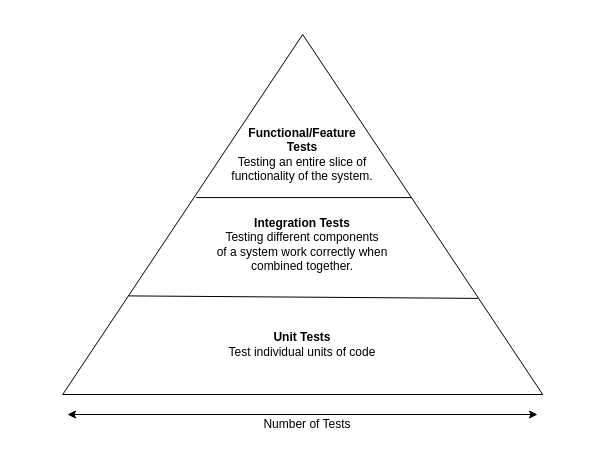
This is testing-pyramid.drawio from jamesridgway/diagrams, a draw.io file, before an edit. Source tidied: cells renumbered, new cells numbered last; positions are measured from the earlier drawing's top-left corner, leaving out a move shared by most shapes. Both pictures are drawn from the tidied source at 100%, with x=0, y=0 at pixel (67, -26).
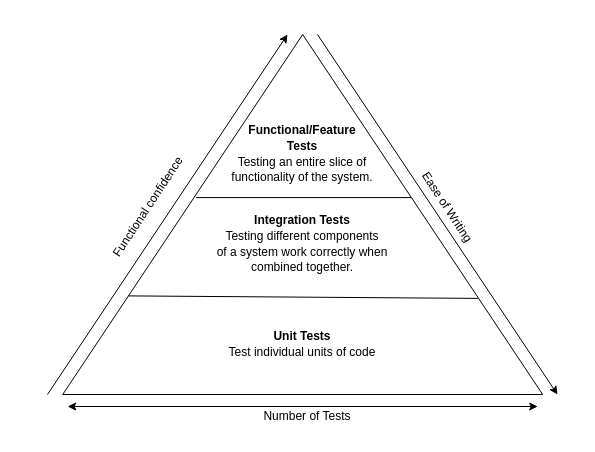
The same diagram, later.

Change to the diagram source:
```diff
@@
 <mxGraphModel>
   <root>
     <mxCell id="0" />
     <mxCell id="1" parent="0" />
     <mxCell id="2" style="triangle;whiteSpace=wrap;html=1;rotation=-90;" parent="1" vertex="1">
       <mxGeometry x="55.2" width="360" height="480" as="geometry" />
     </mxCell>
     <mxCell id="3" style="endArrow=none;html=1;exitX=0.274;exitY=0.135;exitDx=0;exitDy=0;exitPerimeter=0;entryX=0.267;entryY=0.863;entryDx=0;entryDy=0;entryPerimeter=0;" parent="1" edge="1">
       <mxGeometry relative="1" as="geometry">
         <mxPoint x="61" y="321.4" as="sourcePoint" />
         <mxPoint x="410.4" y="323.9" as="targetPoint" />
       </mxGeometry>
     </mxCell>
     <mxCell id="4" style="endArrow=none;html=1;entryX=0.547;entryY=0.726;entryDx=0;entryDy=0;entryPerimeter=0;exitX=0.547;exitY=0.278;exitDx=0;exitDy=0;exitPerimeter=0;" parent="1" edge="1" source="2" target="2">
       <mxGeometry relative="1" as="geometry" />
     </mxCell>
-    <mxCell id="5" value="&lt;b&gt;Unit Tests&lt;/b&gt;&lt;br&gt;Test individual units of code&lt;b&gt;&lt;br&gt;&lt;/b&gt;" style="text;html=1;strokeColor=none;fillColor=none;align=center;verticalAlign=middle;whiteSpace=wrap;rounded=0;" parent="1" vertex="1">
+    <mxCell id="5" value="&lt;p style=&quot;line-height: 130%&quot;&gt;&lt;b&gt;Unit Tests&lt;/b&gt;&lt;br&gt;Test individual units of code&lt;b&gt;&lt;br&gt;&lt;/b&gt;&lt;/p&gt;" style="text;html=1;strokeColor=none;fillColor=none;align=center;verticalAlign=middle;whiteSpace=wrap;rounded=0;" parent="1" vertex="1">
       <mxGeometry x="60" y="320" width="350" height="100" as="geometry" />
     </mxCell>
-    <mxCell id="6" value="&lt;b&gt;Integration Tests&lt;/b&gt;&lt;br&gt;Testing different components&lt;br&gt;of a system work correctly when&lt;br&gt;combined together.&lt;b&gt;&lt;br&gt;&lt;/b&gt;" style="text;html=1;strokeColor=none;fillColor=none;align=center;verticalAlign=middle;whiteSpace=wrap;rounded=0;" parent="1" vertex="1">
+    <mxCell id="6" value="&lt;p style=&quot;line-height: 130%&quot;&gt;&lt;b&gt;Integration Tests&lt;/b&gt;&lt;br&gt;Testing different components&lt;br&gt;of a system work correctly when&lt;br&gt;combined together.&lt;b&gt;&lt;br&gt;&lt;/b&gt;&lt;/p&gt;" style="text;html=1;strokeColor=none;fillColor=none;align=center;verticalAlign=middle;whiteSpace=wrap;rounded=0;" parent="1" vertex="1">
       <mxGeometry x="130" y="220" width="210" height="100" as="geometry" />
     </mxCell>
-    <mxCell id="7" value="&lt;b&gt;Functional/Feature&lt;br&gt;Tests&lt;/b&gt;&lt;br&gt;Testing an entire slice of functionality of the system." style="text;html=1;strokeColor=none;fillColor=none;align=center;verticalAlign=middle;whiteSpace=wrap;rounded=0;" parent="1" vertex="1">
+    <mxCell id="7" value="&lt;p style=&quot;line-height: 130%&quot;&gt;&lt;b&gt;Functional/Feature&lt;br&gt;Tests&lt;/b&gt;&lt;br&gt;Testing an entire slice of functionality of the system.&lt;/p&gt;" style="text;html=1;strokeColor=none;fillColor=none;align=center;verticalAlign=middle;whiteSpace=wrap;rounded=0;" parent="1" vertex="1">
       <mxGeometry x="140.2" y="150" width="190" height="60" as="geometry" />
     </mxCell>
     <mxCell id="8" style="endArrow=classic;startArrow=classic;html=1;" parent="1" edge="1">
       <mxGeometry relative="1" as="geometry">
-        <mxPoint y="440" as="sourcePoint" />
-        <mxPoint x="470" y="440" as="targetPoint" />
+        <mxPoint x="0.2" y="432" as="sourcePoint" />
+        <mxPoint x="470.2" y="432" as="targetPoint" />
       </mxGeometry>
     </mxCell>
     <mxCell id="9" value="Number of Tests" style="text;html=1;strokeColor=none;fillColor=none;align=center;verticalAlign=middle;whiteSpace=wrap;rounded=0;" parent="1" vertex="1">
-      <mxGeometry x="10" y="440" width="460" height="20" as="geometry" />
+      <mxGeometry x="10.2" y="432" width="460" height="20" as="geometry" />
     </mxCell>
+    <mxCell id="10" style="endArrow=classic;html=1;" parent="1" edge="1">
+      <mxGeometry relative="1" as="geometry">
+        <mxPoint x="-20" y="420" as="sourcePoint" />
+        <mxPoint x="220" y="60" as="targetPoint" />
+      </mxGeometry>
+    </mxCell>
+    <mxCell id="11" value="Functional confidence" style="text;html=1;strokeColor=none;fillColor=none;align=center;verticalAlign=middle;whiteSpace=wrap;rounded=0;rotation=-56.7;" parent="1" vertex="1">
+      <mxGeometry x="-139.5" y="220.9" width="440" height="24.2" as="geometry" />
+    </mxCell>
+    <mxCell id="12" style="endArrow=none;html=1;endFill=0;startArrow=classic;startFill=1;" parent="1" edge="1">
+      <mxGeometry relative="1" as="geometry">
+        <mxPoint x="490" y="420" as="sourcePoint" />
+        <mxPoint x="250" y="60" as="targetPoint" />
+      </mxGeometry>
+    </mxCell>
+    <mxCell id="13" value="Ease of Writing" style="text;html=1;strokeColor=none;fillColor=none;align=center;verticalAlign=middle;whiteSpace=wrap;rounded=0;rotation=56.9;direction=west;flipH=1;" parent="1" vertex="1">
+      <mxGeometry x="160" y="220.9" width="440" height="24.2" as="geometry" />
+    </mxCell>
   </root>
 </mxGraphModel>
```
